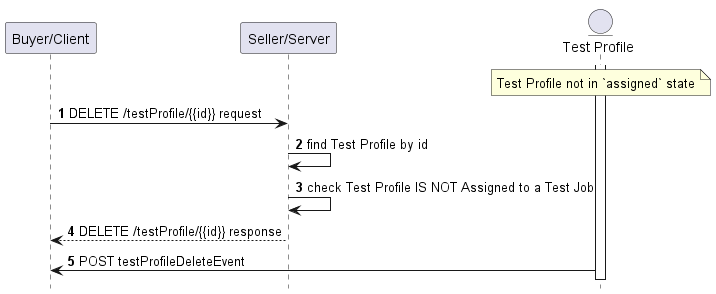
The PlantUML diagram documentation/serviceApi/sft/serviceTest/media/useCase5DeleteFlow.png in MEF-GIT/MEF-LSO-Legato-SDK, before a commit. Source of this version:
```plantuml
@startuml useCase5DeleteFlow

hide footbox

participant "Buyer/Client" as B
participant "Seller/Server" as S


entity "Test Profile" as PP
activate PP

autonumber

note over PP: Test Profile not in `assigned` state
B -> S : DELETE /testProfile/{{id}} request

S -> S: find Test Profile by id
S -> S: check Test Profile IS NOT Assigned to a Test Job

S --> B: DELETE /testProfile/{{id}} response
PP -> B: POST testProfileDeleteEvent

@enduml
```
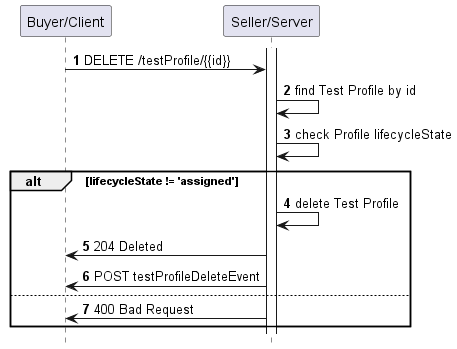
The same diagram one commit later.

Diff of the diagram source:
```diff
@@ -4,20 +4,19 @@
 
 participant "Buyer/Client" as B
 participant "Seller/Server" as S
-
-
-entity "Test Profile" as PP
-activate PP
+activate S
 
 autonumber
-
-note over PP: Test Profile not in `assigned` state
-B -> S : DELETE /testProfile/{{id}} request
+B -> S : DELETE /testProfile/{{id}}
 
 S -> S: find Test Profile by id
-S -> S: check Test Profile IS NOT Assigned to a Test Job
-
-S --> B: DELETE /testProfile/{{id}} response
-PP -> B: POST testProfileDeleteEvent
+S -> S: check Profile lifecycleState
+alt lifecycleState != 'assigned'
+    S -> S: delete Test Profile
+    S -> B: 204 Deleted
+    S -> B: POST testProfileDeleteEvent
+else
+    S -> B: 400 Bad Request
+end
 
 @enduml
```
